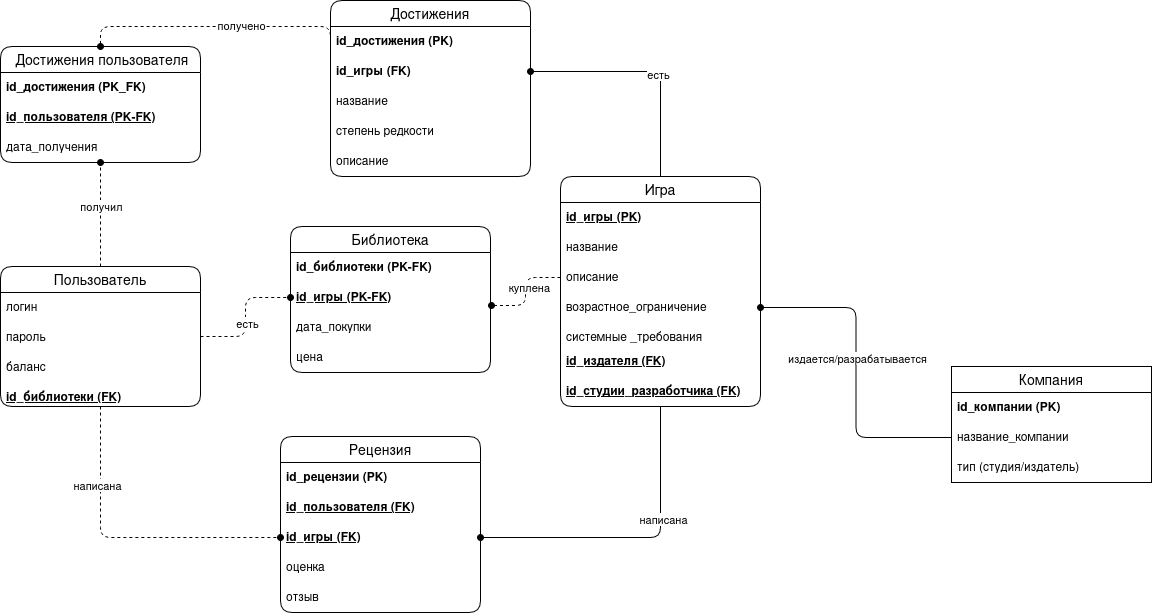
Before: Диаграмма без названия.drawio.png, a diagram exported from draw.io (kurban-dev/ct-test-repo). Source tidied: cells renumbered, new cells last; positions are measured from the earlier drawing's top-left corner, leaving out a move shared by most shapes.
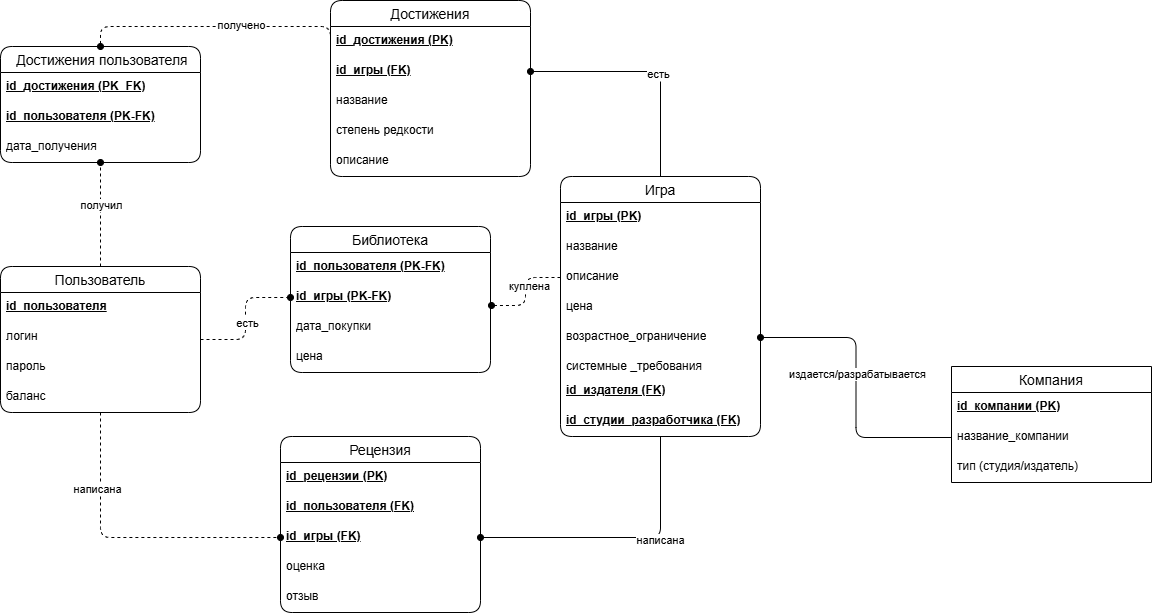
After the commit.

What changed in the source:
```diff
@@ -15,7 +15,7 @@
       <mxGeometry x="-0.28" y="2" relative="1" as="geometry" />
     </mxCell>
     <mxCell id="6" value="Игра" style="swimlane;fontStyle=0;horizontal=1;startSize=26;align=center;fontSize=14;rounded=1;" parent="1" vertex="1">
-      <mxGeometry x="560" y="176" width="200" height="230" as="geometry" />
+      <mxGeometry x="560" y="176" width="200" height="260" as="geometry" />
     </mxCell>
     <mxCell id="7" value="&lt;b&gt;&lt;u&gt;id_игры (PK)&lt;/u&gt;&lt;/b&gt;" style="text;strokeColor=none;fillColor=none;spacingLeft=4;spacingRight=4;overflow=hidden;fontSize=12;whiteSpace=wrap;html=1;" parent="6" vertex="1">
       <mxGeometry y="26" width="200" height="30" as="geometry" />
@@ -26,17 +26,20 @@
     <mxCell id="9" value="описание" style="text;strokeColor=none;fillColor=none;spacingLeft=4;spacingRight=4;overflow=hidden;points=[[0,0.5],[1,0.5]];portConstraint=eastwest;fontSize=12;whiteSpace=wrap;html=1;" parent="6" vertex="1">
       <mxGeometry y="86" width="200" height="30" as="geometry" />
     </mxCell>
+    <mxCell id="56" value="цена" style="text;strokeColor=none;fillColor=none;spacingLeft=4;spacingRight=4;overflow=hidden;fontSize=12;whiteSpace=wrap;html=1;" parent="6" vertex="1">
+      <mxGeometry y="116" width="200" height="30" as="geometry" />
+    </mxCell>
     <mxCell id="10" value="возрастное_ограничениe" style="text;strokeColor=none;fillColor=none;spacingLeft=4;spacingRight=4;overflow=hidden;points=[[0,0.5],[1,0.5]];portConstraint=eastwest;fontSize=12;whiteSpace=wrap;html=1;" parent="6" vertex="1">
-      <mxGeometry y="116" width="200" height="30" as="geometry" />
+      <mxGeometry y="146" width="200" height="30" as="geometry" />
     </mxCell>
     <mxCell id="11" value="системные _требования" style="text;strokeColor=none;fillColor=none;spacingLeft=4;spacingRight=4;overflow=hidden;fontSize=12;whiteSpace=wrap;html=1;" parent="6" vertex="1">
-      <mxGeometry y="146" width="200" height="24" as="geometry" />
+      <mxGeometry y="176" width="200" height="24" as="geometry" />
     </mxCell>
     <mxCell id="12" value="&lt;b&gt;&lt;u&gt;id_издателя (FK)&lt;/u&gt;&lt;/b&gt;" style="text;strokeColor=none;fillColor=none;spacingLeft=4;spacingRight=4;overflow=hidden;fontSize=12;whiteSpace=wrap;html=1;" parent="6" vertex="1">
-      <mxGeometry y="170" width="200" height="30" as="geometry" />
+      <mxGeometry y="200" width="200" height="30" as="geometry" />
     </mxCell>
     <mxCell id="13" value="&lt;b&gt;&lt;u&gt;id_студии_разработчика (FK)&lt;/u&gt;&lt;/b&gt;" style="text;strokeColor=none;fillColor=none;spacingLeft=4;spacingRight=4;overflow=hidden;fontSize=12;whiteSpace=wrap;html=1;" parent="6" vertex="1">
-      <mxGeometry y="200" width="200" height="30" as="geometry" />
+      <mxGeometry y="230" width="200" height="30" as="geometry" />
     </mxCell>
     <mxCell id="14" style="edgeStyle=orthogonalEdgeStyle;rounded=1;jettySize=auto;html=1;exitX=1;exitY=0.5;exitDx=0;exitDy=0;entryX=0;entryY=0.5;entryDx=0;entryDy=0;curved=0;endArrow=oval;endFill=1;dashed=1;" parent="1" edge="1" source="20" target="27">
       <mxGeometry relative="1" as="geometry" />
@@ -57,24 +60,24 @@
       <mxGeometry x="-0.5" y="-4" relative="1" as="geometry" />
     </mxCell>
     <mxCell id="20" value="Пользователь" style="swimlane;fontStyle=0;horizontal=1;startSize=26;align=center;fontSize=14;rounded=1;" parent="1" vertex="1">
-      <mxGeometry y="266" width="200" height="140" as="geometry" />
+      <mxGeometry y="266" width="200" height="146" as="geometry" />
     </mxCell>
-    <mxCell id="21" value="логин" style="text;strokeColor=none;fillColor=none;spacingLeft=4;spacingRight=4;overflow=hidden;fontSize=12;whiteSpace=wrap;html=1;" parent="20" vertex="1">
+    <mxCell id="21" value="&lt;b&gt;&lt;u&gt;id_пользователя&lt;/u&gt;&lt;/b&gt;" style="text;strokeColor=none;fillColor=none;spacingLeft=4;spacingRight=4;overflow=hidden;fontSize=12;whiteSpace=wrap;html=1;" parent="20" vertex="1">
       <mxGeometry y="26" width="200" height="30" as="geometry" />
     </mxCell>
+    <mxCell id="57" value="логин" style="text;strokeColor=none;fillColor=none;spacingLeft=4;spacingRight=4;overflow=hidden;fontSize=12;whiteSpace=wrap;html=1;" parent="20" vertex="1">
+      <mxGeometry y="56" width="200" height="30" as="geometry" />
+    </mxCell>
     <mxCell id="22" value="пароль" style="text;strokeColor=none;fillColor=none;spacingLeft=4;spacingRight=4;overflow=hidden;fontSize=12;whiteSpace=wrap;html=1;" parent="20" vertex="1">
-      <mxGeometry y="56" width="200" height="30" as="geometry" />
+      <mxGeometry y="86" width="200" height="30" as="geometry" />
     </mxCell>
     <mxCell id="23" value="баланс" style="text;strokeColor=none;fillColor=none;spacingLeft=4;spacingRight=4;overflow=hidden;fontSize=12;whiteSpace=wrap;html=1;" parent="20" vertex="1">
-      <mxGeometry y="86" width="200" height="30" as="geometry" />
+      <mxGeometry y="116" width="200" height="30" as="geometry" />
     </mxCell>
-    <mxCell id="24" value="&lt;b&gt;&lt;u&gt;id_библиотеки (FK)&lt;/u&gt;&lt;/b&gt;" style="text;strokeColor=none;fillColor=none;spacingLeft=4;spacingRight=4;overflow=hidden;fontSize=12;whiteSpace=wrap;html=1;" parent="20" vertex="1">
-      <mxGeometry y="116" width="200" height="24" as="geometry" />
-    </mxCell>
     <mxCell id="25" value="Библиотека" style="swimlane;fontStyle=0;horizontal=1;startSize=26;align=center;fontSize=14;rounded=1;" parent="1" vertex="1">
       <mxGeometry x="290" y="226" width="200" height="146" as="geometry" />
     </mxCell>
-    <mxCell id="26" value="&lt;u&gt;&lt;b&gt;id_библиотеки (PK-FK)&lt;/b&gt;&lt;/u&gt;" style="text;strokeColor=none;fillColor=none;spacingLeft=4;spacingRight=4;overflow=hidden;fontSize=12;whiteSpace=wrap;html=1;" parent="25" vertex="1">
+    <mxCell id="26" value="&lt;u&gt;&lt;b&gt;id_пользователя (PK-FK)&lt;/b&gt;&lt;/u&gt;" style="text;strokeColor=none;fillColor=none;spacingLeft=4;spacingRight=4;overflow=hidden;fontSize=12;whiteSpace=wrap;html=1;" parent="25" vertex="1">
       <mxGeometry y="26" width="200" height="30" as="geometry" />
     </mxCell>
     <mxCell id="27" value="&lt;b&gt;&lt;u&gt;id_игры (PK-FK)&lt;/u&gt;&lt;/b&gt;" style="text;strokeColor=none;fillColor=none;spacingLeft=4;spacingRight=4;overflow=hidden;points=[[0,0.5],[1,0.5]];portConstraint=eastwest;fontSize=12;whiteSpace=wrap;html=1;" parent="25" vertex="1">
```
